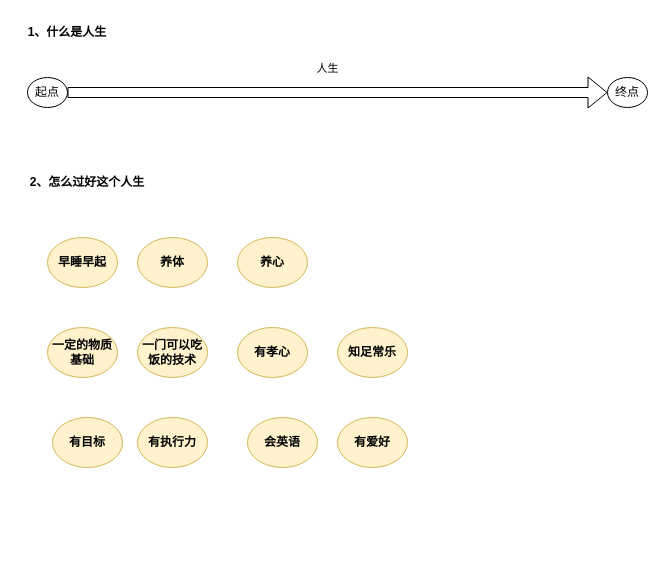
The draw.io diagram 未命名绘图.drawio in dengyulong/PublicStore, before the edit. Source tidied: cells renumbered, new cells numbered last; positions are measured from the earlier drawing's top-left corner, leaving out a move shared by most shapes. Both pictures are drawn from the tidied source at 100%, with x=0, y=0 at pixel (17, 17).
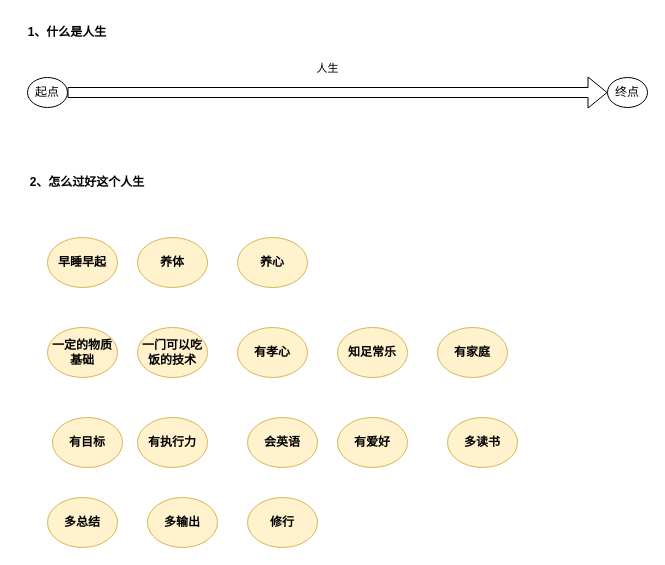
After the change.

Commit message:
更新未命名绘图.drawio

Change to the diagram source:
```diff
@@
+    <mxCell id="19" value="有家庭" style="ellipse;whiteSpace=wrap;html=1;labelBackgroundColor=none;fillColor=#fff2cc;strokeColor=#d6b656;fontStyle=1;" parent="1" vertex="1">
+      <mxGeometry x="420" y="310" width="70" height="50" as="geometry" />
+    </mxCell>
+    <mxCell id="20" value="多读书" style="ellipse;whiteSpace=wrap;html=1;labelBackgroundColor=none;fillColor=#fff2cc;strokeColor=#d6b656;fontStyle=1;" parent="1" vertex="1">
+      <mxGeometry x="430" y="400" width="70" height="50" as="geometry" />
+    </mxCell>
+    <mxCell id="21" value="多总结" style="ellipse;whiteSpace=wrap;html=1;labelBackgroundColor=none;fillColor=#fff2cc;strokeColor=#d6b656;fontStyle=1;" parent="1" vertex="1">
+      <mxGeometry x="30" y="480" width="70" height="50" as="geometry" />
+    </mxCell>
+    <mxCell id="22" value="多输出" style="ellipse;whiteSpace=wrap;html=1;labelBackgroundColor=none;fillColor=#fff2cc;strokeColor=#d6b656;fontStyle=1;" parent="1" vertex="1">
+      <mxGeometry x="130" y="480" width="70" height="50" as="geometry" />
+    </mxCell>
+    <mxCell id="23" value="修行" style="ellipse;whiteSpace=wrap;html=1;labelBackgroundColor=none;fillColor=#fff2cc;strokeColor=#d6b656;fontStyle=1;" parent="1" vertex="1">
+      <mxGeometry x="230" y="480" width="70" height="50" as="geometry" />
+    </mxCell>
```
